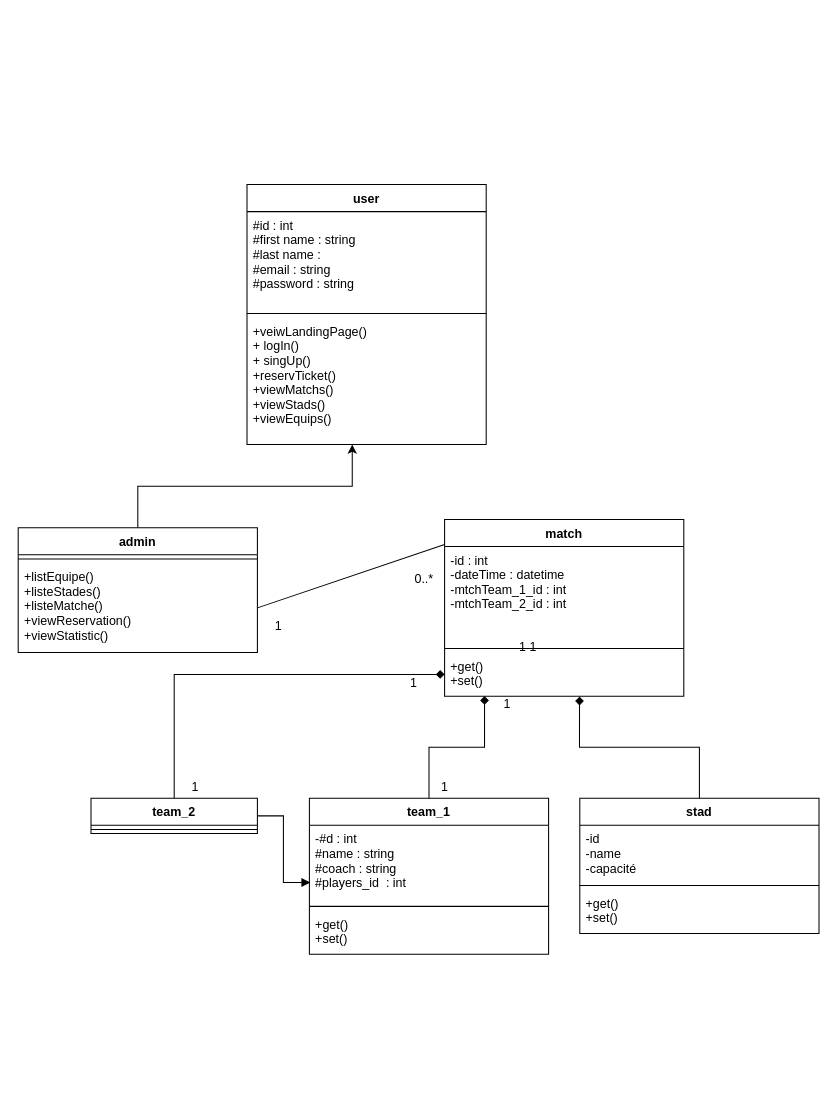
This is UML/class diagram.drawio from ASMAEELKHIRAOUI/FIFA-WC-QATAR22, a draw.io file, before an edit. Source tidied: cells renumbered, new cells numbered last; positions are measured from the earlier drawing's top-left corner, leaving out a move shared by most shapes. Both pictures are drawn from the tidied source at 104%, with x=0, y=0 at pixel (18, 184).
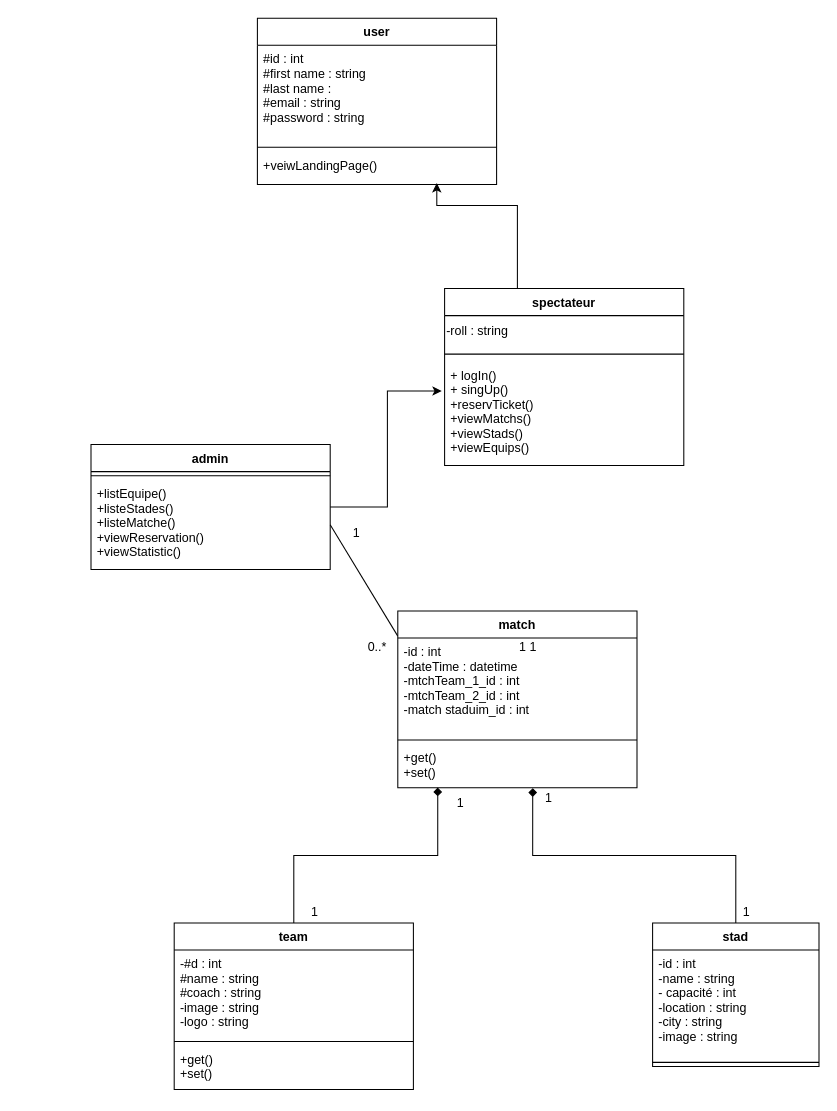
The same diagram, later.

Commit message (it also covers changes not shown here):
uml : diagrame de class : modifier; alnding pade : press done

Unchanged cells that the change refers to:
```xml
<mxCell id="27" value="+get()&#10;+set()" style="text;strokeColor=none;fillColor=none;align=left;verticalAlign=top;spacingLeft=4;spacingRight=4;overflow=hidden;points=[[0,0.5],[1,0.5]];portConstraint=eastwest;" parent="24" vertex="1">
  <mxGeometry y="128" width="230" height="42" as="geometry" />
</mxCell>
```

Diff of the diagram source:
```diff
@@
     <mxCell id="2" value="user" style="swimlane;fontStyle=1;align=center;verticalAlign=top;horizontal=1;startSize=26;" parent="1" vertex="1">
-      <mxGeometry x="220" width="230" height="250" as="geometry" />
+      <mxGeometry x="230" y="-160" width="230" height="160" as="geometry" />
     </mxCell>
@@
-    <mxCell id="5" value="+veiwLandingPage()&#10;+ logIn()&#10;+ singUp()&#10;+reservTicket()&#10;+viewMatchs()&#10;+viewStads()&#10;+viewEquips()&#10;" style="text;strokeColor=none;fillColor=none;align=left;verticalAlign=top;spacingLeft=4;spacingRight=4;overflow=hidden;points=[[0,0.5],[1,0.5]];portConstraint=eastwest;" parent="2" vertex="1">
-      <mxGeometry y="128" width="230" height="122" as="geometry" />
+    <mxCell id="5" value="+veiwLandingPage()" style="text;strokeColor=none;fillColor=none;align=left;verticalAlign=top;spacingLeft=4;spacingRight=4;overflow=hidden;points=[[0,0.5],[1,0.5]];portConstraint=eastwest;" parent="2" vertex="1">
+      <mxGeometry y="128" width="230" height="32" as="geometry" />
     </mxCell>
-    <mxCell id="6" style="edgeStyle=orthogonalEdgeStyle;rounded=0;jettySize=auto;html=1;entryX=0.44;entryY=0.999;entryDx=0;entryDy=0;entryPerimeter=0;" parent="1" edge="1" source="7" target="5">
-      <mxGeometry relative="1" as="geometry" />
-    </mxCell>
+    <mxCell id="36" style="edgeStyle=orthogonalEdgeStyle;rounded=0;jettySize=auto;html=1;entryX=-0.012;entryY=0.284;entryDx=0;entryDy=0;entryPerimeter=0;" parent="1" edge="1" source="7" target="42">
+      <mxGeometry relative="1" as="geometry" />
+    </mxCell>
     <mxCell id="7" value="admin" style="swimlane;fontStyle=1;align=center;verticalAlign=top;horizontal=1;startSize=26;" parent="1" vertex="1">
-      <mxGeometry y="330" width="230" height="120" as="geometry" />
+      <mxGeometry x="70" y="250" width="230" height="120" as="geometry" />
     </mxCell>
@@
-    <mxCell id="12" style="edgeStyle=orthogonalEdgeStyle;rounded=0;jettySize=auto;html=1;entryX=0.564;entryY=1.008;entryDx=0;entryDy=0;entryPerimeter=0;endArrow=diamond;endFill=1;" parent="1" edge="1" source="13" target="27">
+    <mxCell id="12" style="edgeStyle=orthogonalEdgeStyle;rounded=0;jettySize=auto;html=1;entryX=0.564;entryY=1.008;entryDx=0;entryDy=0;entryPerimeter=0;endArrow=diamond;endFill=1;exitX=0.5;exitY=0;exitDx=0;exitDy=0;" parent="1" edge="1" source="13" target="27">
       <mxGeometry relative="1" as="geometry" />
     </mxCell>
-    <mxCell id="13" value="stad" style="swimlane;fontStyle=1;align=center;verticalAlign=top;horizontal=1;startSize=26;" parent="1" vertex="1">
-      <mxGeometry x="540" y="590" width="230" height="130" as="geometry" />
-    </mxCell>
-    <mxCell id="14" value="-id &#10;-name&#10;-capacité" style="text;strokeColor=none;fillColor=none;align=left;verticalAlign=top;spacingLeft=4;spacingRight=4;overflow=hidden;" parent="13" vertex="1">
-      <mxGeometry y="26" width="230" height="54" as="geometry" />
-    </mxCell>
-    <mxCell id="15" style="line;strokeWidth=1;fillColor=none;align=left;verticalAlign=middle;spacingTop=-1;spacingLeft=3;spacingRight=3;labelPosition=right;strokeColor=inherit;" parent="13" vertex="1">
-      <mxGeometry y="80" width="230" height="8" as="geometry" />
-    </mxCell>
-    <mxCell id="16" value="+get()&#10;+set()" style="text;strokeColor=none;fillColor=none;align=left;verticalAlign=top;spacingLeft=4;spacingRight=4;overflow=hidden;" parent="13" vertex="1">
-      <mxGeometry y="88" width="230" height="42" as="geometry" />
-    </mxCell>
     <mxCell id="17" value="0..*" style="text;html=1;align=center;verticalAlign=middle;strokeColor=none;fillColor=none;" parent="1" vertex="1">
-      <mxGeometry x="370" y="365" width="40" height="30" as="geometry" />
+      <mxGeometry x="325" y="430" width="40" height="30" as="geometry" />
     </mxCell>
     <mxCell id="18" value="1" style="text;html=1;align=center;verticalAlign=middle;strokeColor=none;fillColor=none;" parent="1" vertex="1">
-      <mxGeometry x="235" y="410" width="30" height="30" as="geometry" />
+      <mxGeometry x="310" y="320" width="30" height="30" as="geometry" />
     </mxCell>
@@
-    <mxCell id="20" value="team_1" style="swimlane;fontStyle=1;align=center;verticalAlign=top;horizontal=1;startSize=26;" parent="1" vertex="1">
-      <mxGeometry x="280" y="590" width="230" height="150" as="geometry" />
+    <mxCell id="20" value="team" style="swimlane;fontStyle=1;align=center;verticalAlign=top;horizontal=1;startSize=26;" parent="1" vertex="1">
+      <mxGeometry x="150" y="710" width="230" height="160" as="geometry" />
     </mxCell>
-    <mxCell id="21" value="-#d : int &#10;#name : string&#10;#coach : string&#10;#players_id  : int " style="text;strokeColor=none;fillColor=none;align=left;verticalAlign=top;spacingLeft=4;spacingRight=4;overflow=hidden;points=[[0,0.5],[1,0.5]];portConstraint=eastwest;" parent="20" vertex="1">
-      <mxGeometry y="26" width="230" height="74" as="geometry" />
-    </mxCell>
+    <mxCell id="37" value="-#d : int &#10;#name : string&#10;#coach : string&#10;-image : string&#10;-logo : string" style="text;strokeColor=none;fillColor=none;align=left;verticalAlign=top;spacingLeft=4;spacingRight=4;overflow=hidden;" parent="20" vertex="1">
+      <mxGeometry y="26" width="230" height="84" as="geometry" />
+    </mxCell>
     <mxCell id="22" style="line;strokeWidth=1;fillColor=none;align=left;verticalAlign=middle;spacingTop=-1;spacingLeft=3;spacingRight=3;labelPosition=right;strokeColor=inherit;" parent="20" vertex="1">
-      <mxGeometry y="100" width="230" height="8" as="geometry" />
+      <mxGeometry y="110" width="230" height="8" as="geometry" />
     </mxCell>
     <mxCell id="23" value="+get()&#10;+set()" style="text;strokeColor=none;fillColor=none;align=left;verticalAlign=top;spacingLeft=4;spacingRight=4;overflow=hidden;" parent="20" vertex="1">
-      <mxGeometry y="108" width="230" height="42" as="geometry" />
+      <mxGeometry y="118" width="230" height="42" as="geometry" />
     </mxCell>
     <mxCell id="24" value="match" style="swimlane;fontStyle=1;align=center;verticalAlign=top;horizontal=1;startSize=26;" parent="1" vertex="1">
-      <mxGeometry x="410" y="322" width="230" height="170" as="geometry" />
+      <mxGeometry x="365" y="410" width="230" height="170" as="geometry" />
     </mxCell>
-    <mxCell id="25" value="-id : int &#10;-dateTime : datetime&#10;-mtchTeam_1_id : int&#10;-mtchTeam_2_id : int" style="text;strokeColor=none;fillColor=none;align=left;verticalAlign=top;spacingLeft=4;spacingRight=4;overflow=hidden;" parent="24" vertex="1">
+    <mxCell id="25" value="-id : int &#10;-dateTime : datetime&#10;-mtchTeam_1_id : int&#10;-mtchTeam_2_id : int&#10;-match staduim_id : int" style="text;strokeColor=none;fillColor=none;align=left;verticalAlign=top;spacingLeft=4;spacingRight=4;overflow=hidden;" parent="24" vertex="1">
       <mxGeometry y="26" width="230" height="94" as="geometry" />
     </mxCell>
@@
     <mxCell id="28" value="1" style="text;html=1;align=center;verticalAlign=middle;strokeColor=none;fillColor=none;" parent="1" vertex="1">
-      <mxGeometry x="395" y="565" width="30" height="30" as="geometry" />
+      <mxGeometry x="410" y="580" width="30" height="30" as="geometry" />
     </mxCell>
-    <mxCell id="29" value="1" style="text;html=1;align=center;verticalAlign=middle;strokeColor=none;fillColor=none;" parent="1" vertex="1">
-      <mxGeometry x="455" y="485" width="30" height="30" as="geometry" />
-    </mxCell>
-    <mxCell id="30" style="edgeStyle=orthogonalEdgeStyle;rounded=0;jettySize=auto;html=1;entryX=0.004;entryY=0.743;entryDx=0;entryDy=0;entryPerimeter=0;endArrow=block;endFill=1;" parent="1" edge="1" source="32" target="21">
-      <mxGeometry relative="1" as="geometry" />
-    </mxCell>
-    <mxCell id="31" style="edgeStyle=orthogonalEdgeStyle;rounded=0;jettySize=auto;html=1;entryX=0;entryY=0.5;entryDx=0;entryDy=0;endArrow=diamond;endFill=1;" parent="1" edge="1" source="32" target="27">
-      <mxGeometry relative="1" as="geometry" />
-    </mxCell>
-    <mxCell id="32" value="team_2" style="swimlane;fontStyle=1;align=center;verticalAlign=top;horizontal=1;startSize=26;" parent="1" vertex="1">
-      <mxGeometry x="70" y="590" width="160" height="34" as="geometry" />
-    </mxCell>
-    <mxCell id="33" style="line;strokeWidth=1;fillColor=none;align=left;verticalAlign=middle;spacingTop=-1;spacingLeft=3;spacingRight=3;labelPosition=right;strokeColor=inherit;" parent="32" vertex="1">
-      <mxGeometry y="26" width="160" height="8" as="geometry" />
-    </mxCell>
-    <mxCell id="34" value="1" style="text;html=1;align=center;verticalAlign=middle;strokeColor=none;fillColor=none;" parent="1" vertex="1">
-      <mxGeometry x="155" y="565" width="30" height="30" as="geometry" />
-    </mxCell>
-    <mxCell id="35" value="1" style="text;html=1;align=center;verticalAlign=middle;strokeColor=none;fillColor=none;" parent="1" vertex="1">
-      <mxGeometry x="365" y="465" width="30" height="30" as="geometry" />
-    </mxCell>
+    <mxCell id="38" style="edgeStyle=orthogonalEdgeStyle;rounded=0;jettySize=auto;html=1;entryX=0.75;entryY=0.955;entryDx=0;entryDy=0;entryPerimeter=0;" parent="1" edge="1" source="39" target="5">
+      <mxGeometry relative="1" as="geometry">
+        <Array as="points">
+          <mxPoint x="480" y="20" />
+          <mxPoint x="402" y="20" />
+        </Array>
+      </mxGeometry>
+    </mxCell>
+    <mxCell id="39" value="spectateur" style="swimlane;fontStyle=1;align=center;verticalAlign=top;horizontal=1;startSize=26;" parent="1" vertex="1">
+      <mxGeometry x="410" y="100" width="230" height="170" as="geometry" />
+    </mxCell>
+    <mxCell id="40" value="-roll : string" style="text;html=1;align=left;verticalAlign=middle;strokeColor=none;fillColor=none;" parent="39" vertex="1">
+      <mxGeometry y="26" width="230" height="30" as="geometry" />
+    </mxCell>
+    <mxCell id="41" style="line;strokeWidth=1;fillColor=none;align=left;verticalAlign=middle;spacingTop=-1;spacingLeft=3;spacingRight=3;labelPosition=right;strokeColor=inherit;" parent="39" vertex="1">
+      <mxGeometry y="56" width="230" height="14" as="geometry" />
+    </mxCell>
+    <mxCell id="42" value="+ logIn()&#10;+ singUp()&#10;+reservTicket()&#10;+viewMatchs()&#10;+viewStads()&#10;+viewEquips()&#10;" style="text;strokeColor=none;fillColor=none;align=left;verticalAlign=top;spacingLeft=4;spacingRight=4;overflow=hidden;points=[[0,0.5],[1,0.5]];portConstraint=eastwest;" parent="39" vertex="1">
+      <mxGeometry y="70" width="230" height="100" as="geometry" />
+    </mxCell>
+    <mxCell id="43" style="text;html=1;align=center;verticalAlign=middle;strokeColor=none;fillColor=none;" parent="1" vertex="1">
+      <mxGeometry x="550" y="755" width="20" height="30" as="geometry" />
+    </mxCell>
+    <mxCell id="13" value="stad" style="swimlane;fontStyle=1;align=center;verticalAlign=top;horizontal=1;startSize=26;" parent="1" vertex="1">
+      <mxGeometry x="610" y="710" width="160" height="138" as="geometry" />
+    </mxCell>
+    <mxCell id="44" value="-id : int&#10;-name : string&#10;- capacité : int &#10;-location : string&#10;-city : string&#10;-image : string" style="text;strokeColor=none;fillColor=none;align=left;verticalAlign=top;spacingLeft=4;spacingRight=4;overflow=hidden;" parent="13" vertex="1">
+      <mxGeometry y="26" width="160" height="104" as="geometry" />
+    </mxCell>
+    <mxCell id="45" style="line;strokeWidth=1;fillColor=none;align=left;verticalAlign=middle;spacingTop=-1;spacingLeft=3;spacingRight=3;labelPosition=right;strokeColor=inherit;" parent="13" vertex="1">
+      <mxGeometry y="130" width="160" height="8" as="geometry" />
+    </mxCell>
+    <mxCell id="46" value="1" style="text;html=1;align=center;verticalAlign=middle;strokeColor=none;fillColor=none;" parent="1" vertex="1">
+      <mxGeometry x="495" y="575" width="30" height="30" as="geometry" />
+    </mxCell>
+    <mxCell id="47" value="1" style="text;html=1;align=center;verticalAlign=middle;strokeColor=none;fillColor=none;" parent="1" vertex="1">
+      <mxGeometry x="685" y="685" width="30" height="30" as="geometry" />
+    </mxCell>
+    <mxCell id="48" value="1" style="text;html=1;align=center;verticalAlign=middle;strokeColor=none;fillColor=none;" parent="1" vertex="1">
+      <mxGeometry x="270" y="685" width="30" height="30" as="geometry" />
+    </mxCell>
```
